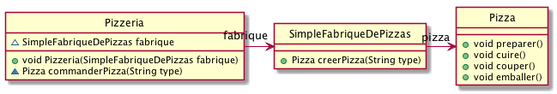
Earlier version of the PlantUML export images/Pizzeria1.png (IUT-Blagnac/cpoa). Its diagram source:
```plantuml
@startuml


hide circle
hide empty members
hide empty methods

class p as "Pizzeria" {
  ~SimpleFabriqueDePizzas fabrique
  +void Pizzeria(SimpleFabriqueDePizzas fabrique)
  ~Pizza commanderPizza(String type)
}

class f as "SimpleFabriqueDePizzas" {
  +Pizza creerPizza(String type)
}

class Pizza {
  +void preparer()
  +void cuire()
  +void couper()
  +void emballer()
}

p -> "fabrique" f
f -> "pizza" Pizza

@enduml
```
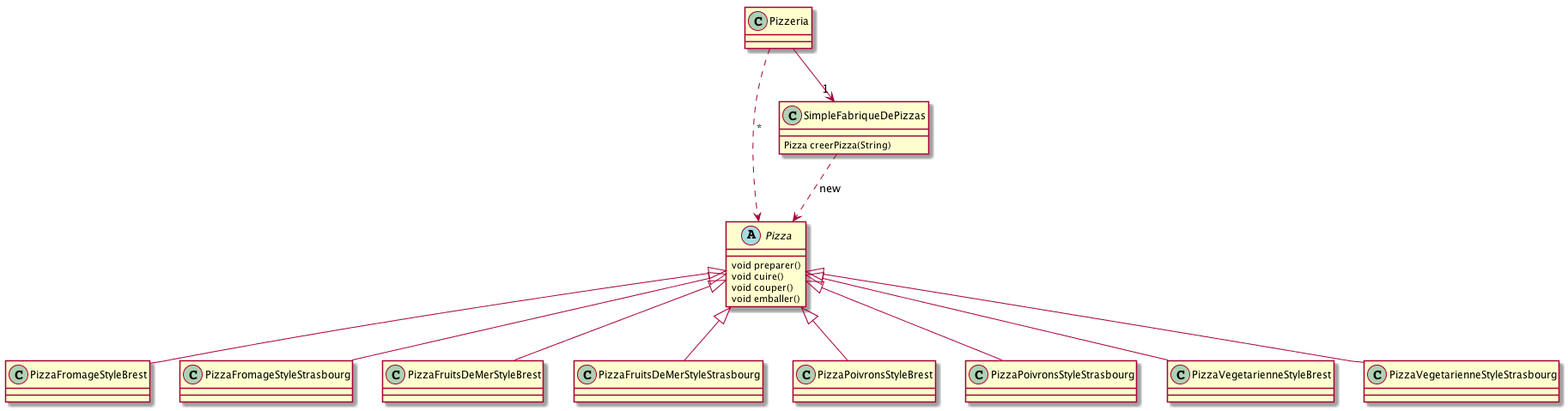
Later version of the same file.

Change to the diagram source:
```diff
@@ -1,28 +1,38 @@
 @startuml
 
 
-hide circle
-hide empty members
-hide empty methods
+abstract Pizza
+class PizzaFromageStyleBrest
+class PizzaFromageStyleStrasbourg
+class PizzaFruitsDeMerStyleBrest
+class PizzaFruitsDeMerStyleStrasbourg
+class PizzaPoivronsStyleBrest
+class PizzaPoivronsStyleStrasbourg
+class PizzaVegetarienneStyleBrest
+class PizzaVegetarienneStyleStrasbourg
 
-class p as "Pizzeria" {
-  ~SimpleFabriqueDePizzas fabrique
-  +void Pizzeria(SimpleFabriqueDePizzas fabrique)
-  ~Pizza commanderPizza(String type)
-}
+class Pizzeria
+class SimpleFabriqueDePizzas
 
-class f as "SimpleFabriqueDePizzas" {
-  +Pizza creerPizza(String type)
-}
+Pizzeria  ..>  Pizza:*
+SimpleFabriqueDePizzas  ..>  Pizza:new
 
-class Pizza {
-  +void preparer()
-  +void cuire()
-  +void couper()
-  +void emballer()
-}
+Pizza <|-- PizzaFruitsDeMerStyleStrasbourg
+Pizzeria --> "1" SimpleFabriqueDePizzas
 
-p -> "fabrique" f
-f -> "pizza" Pizza
+Pizza : void preparer()
+Pizza : void cuire()
+Pizza : void couper()
+Pizza : void emballer()
+
+Pizza <|-- PizzaVegetarienneStyleStrasbourg
+Pizza <|-- PizzaFromageStyleBrest
+Pizza <|-- PizzaFruitsDeMerStyleBrest
+Pizza <|-- PizzaPoivronsStyleStrasbourg
+Pizza <|-- PizzaFromageStyleStrasbourg
+Pizza <|-- PizzaPoivronsStyleBrest
+Pizza <|-- PizzaVegetarienneStyleBrest
+
+SimpleFabriqueDePizzas : Pizza creerPizza(String)
 
 @enduml
```
